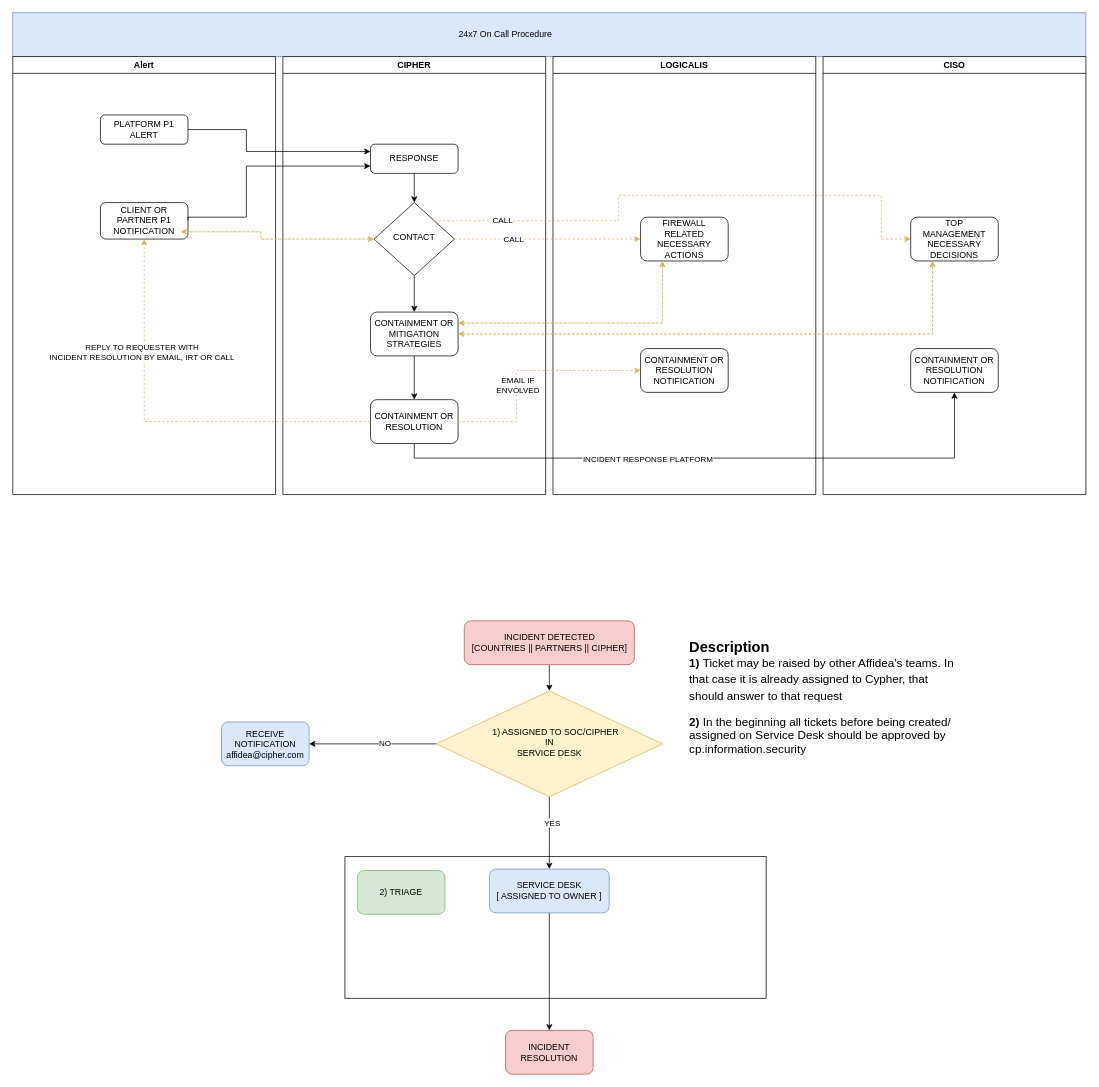
Above: Diagrama sem nome.drawio in SousinhaT/SousinhaT (draw.io), before the change. Source tidied: cells renumbered, new cells numbered last; positions are measured from the earlier drawing's top-left corner, leaving out a move shared by most shapes. Both pictures are drawn from the tidied source at 73%, with x=0, y=0 at pixel (12, 12).
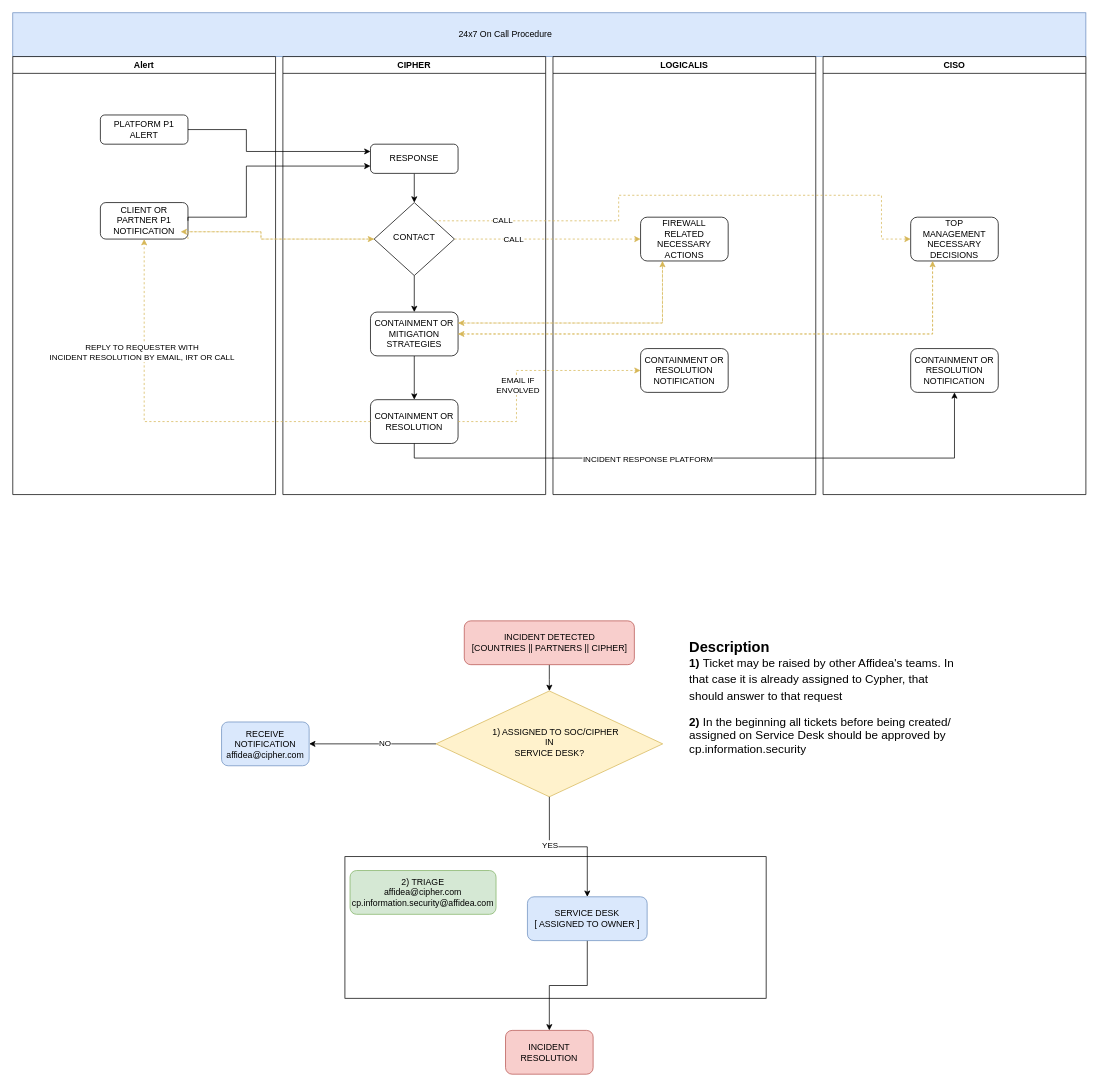
Above is the later version.

Diff of the diagram source:
```diff
@@
-    <mxCell id="47" value="&amp;nbsp; &amp;nbsp; &amp;nbsp;1) ASSIGNED TO SOC/CIPHER &lt;br&gt;IN &lt;br&gt;SERVICE DESK" style="rhombus;whiteSpace=wrap;html=1;shadow=0;fontFamily=Helvetica;fontSize=12;align=center;strokeWidth=1;spacing=6;spacingTop=-4;fillColor=#fff2cc;strokeColor=#d6b656;" parent="1" vertex="1">
+    <mxCell id="47" value="&amp;nbsp; &amp;nbsp; &amp;nbsp;1) ASSIGNED TO SOC/CIPHER &lt;br&gt;IN &lt;br&gt;SERVICE DESK?" style="rhombus;whiteSpace=wrap;html=1;shadow=0;fontFamily=Helvetica;fontSize=12;align=center;strokeWidth=1;spacing=6;spacingTop=-4;fillColor=#fff2cc;strokeColor=#d6b656;" parent="1" vertex="1">
       <mxGeometry x="579.8" y="929" width="310.5" height="145" as="geometry" />
     </mxCell>
@@
     <mxCell id="53" value="SERVICE DESK&lt;br&gt;[ ASSIGNED TO OWNER ]" style="rounded=1;whiteSpace=wrap;html=1;fillColor=#dae8fc;strokeColor=#6c8ebf;" parent="1" vertex="1">
-      <mxGeometry x="653" y="1173" width="164" height="60" as="geometry" />
+      <mxGeometry x="705" y="1211" width="164" height="60" as="geometry" />
     </mxCell>
@@
-    <mxCell id="55" value="2) TRIAGE" style="rounded=1;whiteSpace=wrap;html=1;fillColor=#d5e8d4;strokeColor=#82b366;" parent="1" vertex="1">
-      <mxGeometry x="472" y="1175" width="120" height="60" as="geometry" />
+    <mxCell id="55" value="2) TRIAGE&lt;br&gt;affidea@cipher.com&lt;br&gt;cp.information.security@affidea.com" style="rounded=1;whiteSpace=wrap;html=1;fillColor=#d5e8d4;strokeColor=#82b366;" parent="1" vertex="1">
+      <mxGeometry x="462" y="1175" width="200" height="60" as="geometry" />
     </mxCell>
```
